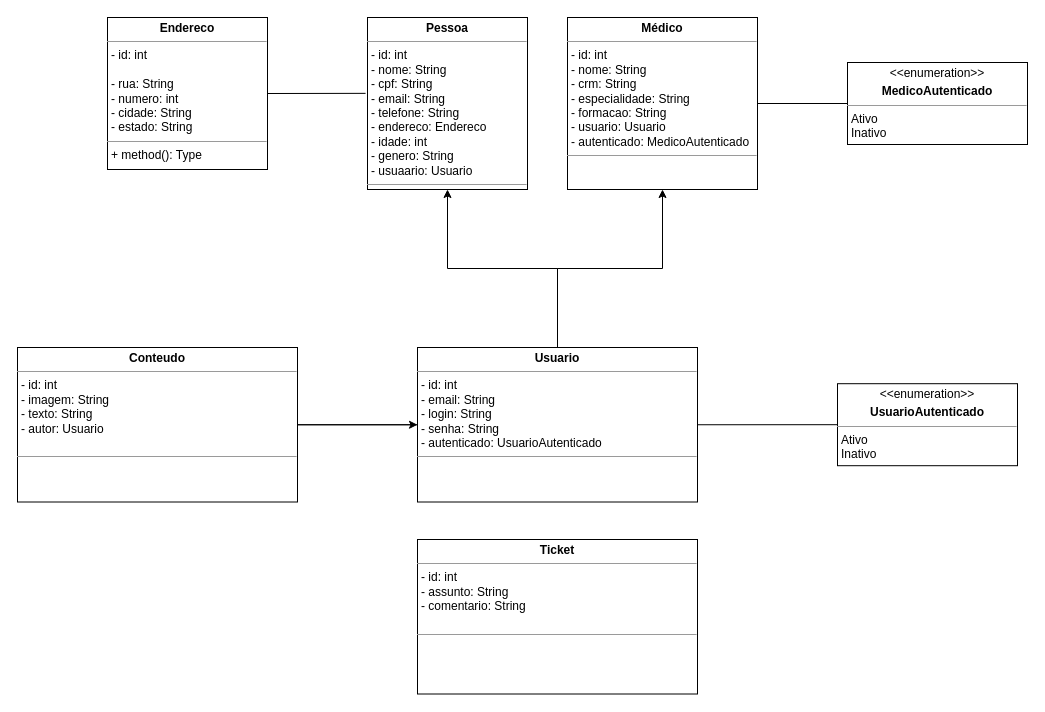
Before: DDD/GSClassDiagram.drawio in Santlago/Global-Solution-LifeGuardian, a draw.io diagram. Source tidied: cells renumbered, new cells numbered last; positions are measured from the earlier drawing's top-left corner, leaving out a move shared by most shapes. Both pictures are drawn from the tidied source at 100%, with x=0, y=0 at pixel (17, 17).
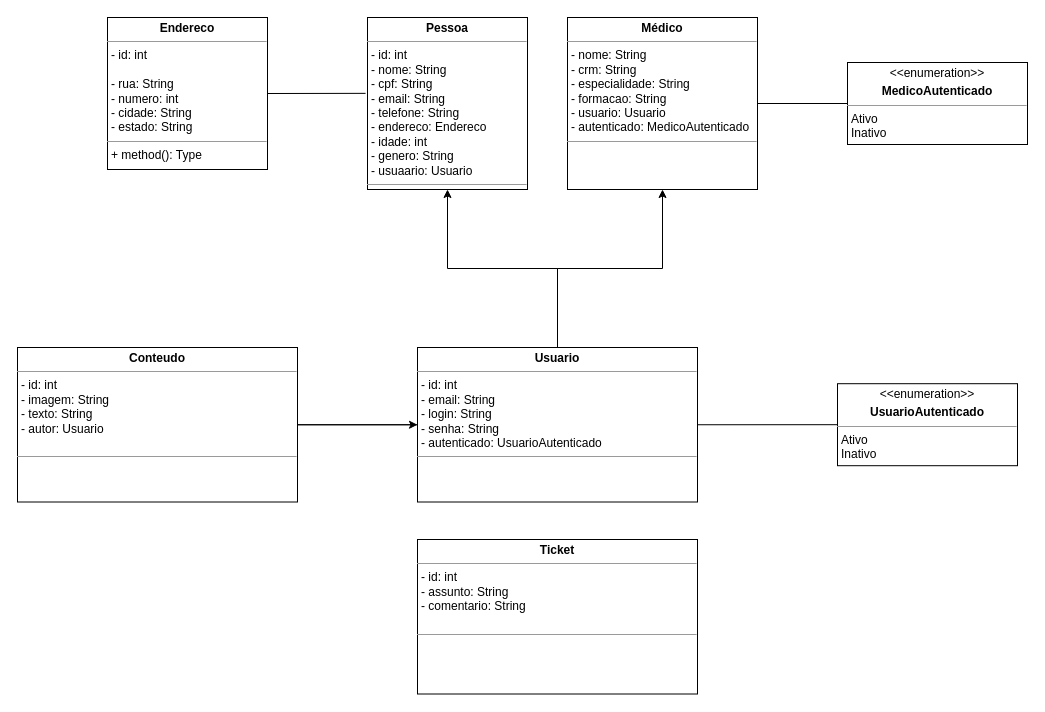
After the change.

Change to the diagram source:
```diff
@@
 <mxGraphModel>
   <root>
     <mxCell id="0" />
     <mxCell id="1" parent="0" />
     <mxCell id="2" style="edgeStyle=orthogonalEdgeStyle;rounded=0;jettySize=auto;html=1;entryX=0.5;entryY=1;entryDx=0;entryDy=0;" parent="1" edge="1" source="4" target="5">
       <mxGeometry relative="1" as="geometry" />
     </mxCell>
     <mxCell id="3" style="edgeStyle=orthogonalEdgeStyle;rounded=0;jettySize=auto;html=1;entryX=0.5;entryY=1;entryDx=0;entryDy=0;" parent="1" edge="1" source="4" target="8">
       <mxGeometry relative="1" as="geometry" />
     </mxCell>
     <mxCell id="4" value="&lt;p style=&quot;margin:0px;margin-top:4px;text-align:center;&quot;&gt;&lt;b&gt;Usuario&lt;/b&gt;&lt;/p&gt;&lt;hr size=&quot;1&quot;&gt;&lt;p style=&quot;margin:0px;margin-left:4px;&quot;&gt;&lt;span style=&quot;background-color: initial;&quot;&gt;- id: int&lt;/span&gt;&lt;br&gt;&lt;/p&gt;&lt;p style=&quot;margin:0px;margin-left:4px;&quot;&gt;&lt;span style=&quot;background-color: initial;&quot;&gt;- email: String&lt;/span&gt;&lt;/p&gt;&lt;p style=&quot;margin:0px;margin-left:4px;&quot;&gt;- login: String&lt;/p&gt;&lt;p style=&quot;margin:0px;margin-left:4px;&quot;&gt;- senha: String&lt;/p&gt;&lt;p style=&quot;margin:0px;margin-left:4px;&quot;&gt;- autenticado: UsuarioAutenticado&lt;/p&gt;&lt;hr size=&quot;1&quot;&gt;&lt;p style=&quot;margin:0px;margin-left:4px;&quot;&gt;&lt;br&gt;&lt;/p&gt;" style="verticalAlign=top;align=left;overflow=fill;fontSize=12;fontFamily=Helvetica;html=1;whiteSpace=wrap;" parent="1" vertex="1">
       <mxGeometry x="400" y="330" width="280" height="154.5" as="geometry" />
     </mxCell>
     <mxCell id="5" value="&lt;p style=&quot;margin:0px;margin-top:4px;text-align:center;&quot;&gt;&lt;b&gt;Pessoa&lt;/b&gt;&lt;/p&gt;&lt;hr size=&quot;1&quot;&gt;&lt;p style=&quot;border-color: var(--border-color); margin: 0px 0px 0px 4px;&quot;&gt;- id: int&lt;/p&gt;&lt;p style=&quot;border-color: var(--border-color); margin: 0px 0px 0px 4px;&quot;&gt;- nome: String&lt;/p&gt;&lt;p style=&quot;border-color: var(--border-color); margin: 0px 0px 0px 4px;&quot;&gt;- cpf: String&lt;/p&gt;&lt;p style=&quot;border-color: var(--border-color); margin: 0px 0px 0px 4px;&quot;&gt;- email: String&lt;/p&gt;&lt;p style=&quot;border-color: var(--border-color); margin: 0px 0px 0px 4px;&quot;&gt;- telefone: String&lt;/p&gt;&lt;p style=&quot;border-color: var(--border-color); margin: 0px 0px 0px 4px;&quot;&gt;- endereco: Endereco&lt;/p&gt;&lt;p style=&quot;border-color: var(--border-color); margin: 0px 0px 0px 4px;&quot;&gt;- idade: int&lt;/p&gt;&lt;p style=&quot;border-color: var(--border-color); margin: 0px 0px 0px 4px;&quot;&gt;- genero: String&lt;/p&gt;&lt;p style=&quot;border-color: var(--border-color); margin: 0px 0px 0px 4px;&quot;&gt;- usuaario: Usuario&lt;/p&gt;&lt;hr size=&quot;1&quot;&gt;&lt;p style=&quot;margin:0px;margin-left:4px;&quot;&gt;&lt;br&gt;&lt;/p&gt;" style="verticalAlign=top;align=left;overflow=fill;fontSize=12;fontFamily=Helvetica;html=1;whiteSpace=wrap;" parent="1" vertex="1">
       <mxGeometry x="350" width="160" height="172" as="geometry" />
     </mxCell>
     <mxCell id="6" style="edgeStyle=orthogonalEdgeStyle;rounded=0;jettySize=auto;html=1;" parent="1" edge="1" source="7" target="4">
       <mxGeometry relative="1" as="geometry" />
     </mxCell>
     <mxCell id="7" value="&lt;p style=&quot;margin:0px;margin-top:4px;text-align:center;&quot;&gt;&lt;b&gt;Conteudo&lt;/b&gt;&lt;/p&gt;&lt;hr size=&quot;1&quot;&gt;&lt;p style=&quot;margin:0px;margin-left:4px;&quot;&gt;- id: int&lt;/p&gt;&lt;p style=&quot;margin:0px;margin-left:4px;&quot;&gt;- imagem: String&lt;/p&gt;&lt;p style=&quot;margin:0px;margin-left:4px;&quot;&gt;- texto: String&lt;/p&gt;&lt;p style=&quot;margin:0px;margin-left:4px;&quot;&gt;- autor: Usuario&lt;/p&gt;&lt;p style=&quot;margin:0px;margin-left:4px;&quot;&gt;&lt;br&gt;&lt;/p&gt;&lt;hr size=&quot;1&quot;&gt;&lt;p style=&quot;margin:0px;margin-left:4px;&quot;&gt;&lt;br&gt;&lt;/p&gt;" style="verticalAlign=top;align=left;overflow=fill;fontSize=12;fontFamily=Helvetica;html=1;whiteSpace=wrap;" parent="1" vertex="1">
       <mxGeometry y="330" width="280" height="154.5" as="geometry" />
     </mxCell>
-    <mxCell id="8" value="&lt;p style=&quot;margin:0px;margin-top:4px;text-align:center;&quot;&gt;&lt;b&gt;Médico&lt;/b&gt;&lt;/p&gt;&lt;hr size=&quot;1&quot;&gt;&lt;p style=&quot;border-color: var(--border-color); margin: 0px 0px 0px 4px;&quot;&gt;- id: int&lt;/p&gt;&lt;p style=&quot;border-color: var(--border-color); margin: 0px 0px 0px 4px;&quot;&gt;- nome: String&lt;/p&gt;&lt;p style=&quot;border-color: var(--border-color); margin: 0px 0px 0px 4px;&quot;&gt;- crm: String&lt;br&gt;&lt;/p&gt;&lt;p style=&quot;border-color: var(--border-color); margin: 0px 0px 0px 4px;&quot;&gt;- especialidade: String&lt;/p&gt;&lt;p style=&quot;border-color: var(--border-color); margin: 0px 0px 0px 4px;&quot;&gt;- formacao: String&lt;/p&gt;&lt;p style=&quot;border-color: var(--border-color); margin: 0px 0px 0px 4px;&quot;&gt;- usuario: Usuario&lt;/p&gt;&lt;p style=&quot;border-color: var(--border-color); margin: 0px 0px 0px 4px;&quot;&gt;- autenticado: MedicoAutenticado&lt;/p&gt;&lt;hr size=&quot;1&quot;&gt;&lt;p style=&quot;margin:0px;margin-left:4px;&quot;&gt;&lt;br&gt;&lt;/p&gt;" style="verticalAlign=top;align=left;overflow=fill;fontSize=12;fontFamily=Helvetica;html=1;whiteSpace=wrap;" parent="1" vertex="1">
+    <mxCell id="8" value="&lt;p style=&quot;margin:0px;margin-top:4px;text-align:center;&quot;&gt;&lt;b&gt;Médico&lt;/b&gt;&lt;/p&gt;&lt;hr size=&quot;1&quot;&gt;&lt;p style=&quot;border-color: var(--border-color); margin: 0px 0px 0px 4px;&quot;&gt;&lt;span style=&quot;background-color: initial;&quot;&gt;- nome: String&lt;/span&gt;&lt;/p&gt;&lt;p style=&quot;border-color: var(--border-color); margin: 0px 0px 0px 4px;&quot;&gt;- crm: String&lt;br&gt;&lt;/p&gt;&lt;p style=&quot;border-color: var(--border-color); margin: 0px 0px 0px 4px;&quot;&gt;- especialidade: String&lt;/p&gt;&lt;p style=&quot;border-color: var(--border-color); margin: 0px 0px 0px 4px;&quot;&gt;- formacao: String&lt;/p&gt;&lt;p style=&quot;border-color: var(--border-color); margin: 0px 0px 0px 4px;&quot;&gt;- usuario: Usuario&lt;/p&gt;&lt;p style=&quot;border-color: var(--border-color); margin: 0px 0px 0px 4px;&quot;&gt;- autenticado: MedicoAutenticado&lt;/p&gt;&lt;hr size=&quot;1&quot;&gt;&lt;p style=&quot;margin:0px;margin-left:4px;&quot;&gt;&lt;br&gt;&lt;/p&gt;" style="verticalAlign=top;align=left;overflow=fill;fontSize=12;fontFamily=Helvetica;html=1;whiteSpace=wrap;" parent="1" vertex="1">
       <mxGeometry x="550" width="190" height="172" as="geometry" />
     </mxCell>
     <mxCell id="9" value="&lt;p style=&quot;margin:0px;margin-top:4px;text-align:center;&quot;&gt;&lt;b&gt;Endereco&lt;/b&gt;&lt;/p&gt;&lt;hr size=&quot;1&quot;&gt;&lt;p style=&quot;border-color: var(--border-color); margin: 0px 0px 0px 4px;&quot;&gt;- id: int&lt;/p&gt;&lt;div&gt;&lt;br&gt;&lt;/div&gt;&lt;p style=&quot;margin:0px;margin-left:4px;&quot;&gt;- rua: String&lt;br&gt;&lt;/p&gt;&lt;p style=&quot;margin:0px;margin-left:4px;&quot;&gt;- numero: int&lt;/p&gt;&lt;p style=&quot;margin:0px;margin-left:4px;&quot;&gt;- cidade: String&lt;/p&gt;&lt;p style=&quot;margin:0px;margin-left:4px;&quot;&gt;- estado: String&lt;/p&gt;&lt;hr size=&quot;1&quot;&gt;&lt;p style=&quot;margin:0px;margin-left:4px;&quot;&gt;+ method(): Type&lt;/p&gt;" style="verticalAlign=top;align=left;overflow=fill;fontSize=12;fontFamily=Helvetica;html=1;whiteSpace=wrap;" parent="1" vertex="1">
       <mxGeometry x="90" width="160" height="152" as="geometry" />
     </mxCell>
     <mxCell id="10" style="endArrow=none;html=1;rounded=0;entryX=1;entryY=0.5;entryDx=0;entryDy=0;exitX=-0.012;exitY=0.441;exitDx=0;exitDy=0;exitPerimeter=0;" parent="1" edge="1" source="5" target="9">
       <mxGeometry relative="1" as="geometry" />
     </mxCell>
     <mxCell id="11" value="&lt;p style=&quot;margin:0px;margin-top:4px;text-align:center;&quot;&gt;&amp;lt;&amp;lt;enumeration&amp;gt;&amp;gt;&lt;/p&gt;&lt;p style=&quot;margin:0px;margin-top:4px;text-align:center;&quot;&gt;&lt;b&gt;MedicoAutenticado&lt;/b&gt;&lt;/p&gt;&lt;hr size=&quot;1&quot;&gt;&lt;p style=&quot;margin:0px;margin-left:4px;&quot;&gt;Ativo&lt;/p&gt;&lt;p style=&quot;margin:0px;margin-left:4px;&quot;&gt;Inativo&lt;/p&gt;" style="verticalAlign=top;align=left;overflow=fill;fontSize=12;fontFamily=Helvetica;html=1;whiteSpace=wrap;" parent="1" vertex="1">
       <mxGeometry x="830" y="45" width="180" height="82" as="geometry" />
     </mxCell>
     <mxCell id="12" value="&lt;p style=&quot;margin:0px;margin-top:4px;text-align:center;&quot;&gt;&amp;lt;&amp;lt;enumeration&amp;gt;&amp;gt;&lt;/p&gt;&lt;p style=&quot;margin:0px;margin-top:4px;text-align:center;&quot;&gt;&lt;b&gt;UsuarioAutenticado&lt;/b&gt;&lt;/p&gt;&lt;hr size=&quot;1&quot;&gt;&lt;p style=&quot;margin:0px;margin-left:4px;&quot;&gt;Ativo&lt;/p&gt;&lt;p style=&quot;margin:0px;margin-left:4px;&quot;&gt;Inativo&lt;/p&gt;" style="verticalAlign=top;align=left;overflow=fill;fontSize=12;fontFamily=Helvetica;html=1;whiteSpace=wrap;" parent="1" vertex="1">
       <mxGeometry x="820" y="366.2" width="180" height="82" as="geometry" />
     </mxCell>
     <mxCell id="13" style="endArrow=none;html=1;rounded=0;entryX=1;entryY=0.5;entryDx=0;entryDy=0;exitX=0;exitY=0.5;exitDx=0;exitDy=0;" parent="1" edge="1" source="4" target="7">
       <mxGeometry relative="1" as="geometry" />
     </mxCell>
     <mxCell id="14" style="endArrow=none;html=1;rounded=0;entryX=1;entryY=0.5;entryDx=0;entryDy=0;exitX=0;exitY=0.5;exitDx=0;exitDy=0;" parent="1" edge="1" source="12" target="4">
       <mxGeometry relative="1" as="geometry" />
     </mxCell>
     <mxCell id="15" style="endArrow=none;html=1;rounded=0;entryX=1;entryY=0.5;entryDx=0;entryDy=0;exitX=0;exitY=0.5;exitDx=0;exitDy=0;" parent="1" edge="1" source="11" target="8">
       <mxGeometry relative="1" as="geometry" />
     </mxCell>
     <mxCell id="16" value="&lt;p style=&quot;margin:0px;margin-top:4px;text-align:center;&quot;&gt;&lt;b&gt;Ticket&lt;/b&gt;&lt;/p&gt;&lt;hr size=&quot;1&quot;&gt;&lt;p style=&quot;margin:0px;margin-left:4px;&quot;&gt;- id: int&lt;/p&gt;&lt;p style=&quot;margin:0px;margin-left:4px;&quot;&gt;- assunto: String&lt;/p&gt;&lt;p style=&quot;margin:0px;margin-left:4px;&quot;&gt;- comentario: String&lt;/p&gt;&lt;p style=&quot;margin:0px;margin-left:4px;&quot;&gt;&lt;br&gt;&lt;/p&gt;&lt;hr size=&quot;1&quot;&gt;&lt;p style=&quot;margin:0px;margin-left:4px;&quot;&gt;&lt;br&gt;&lt;/p&gt;" style="verticalAlign=top;align=left;overflow=fill;fontSize=12;fontFamily=Helvetica;html=1;whiteSpace=wrap;" parent="1" vertex="1">
       <mxGeometry x="400" y="522" width="280" height="154.5" as="geometry" />
     </mxCell>
   </root>
 </mxGraphModel>
```
